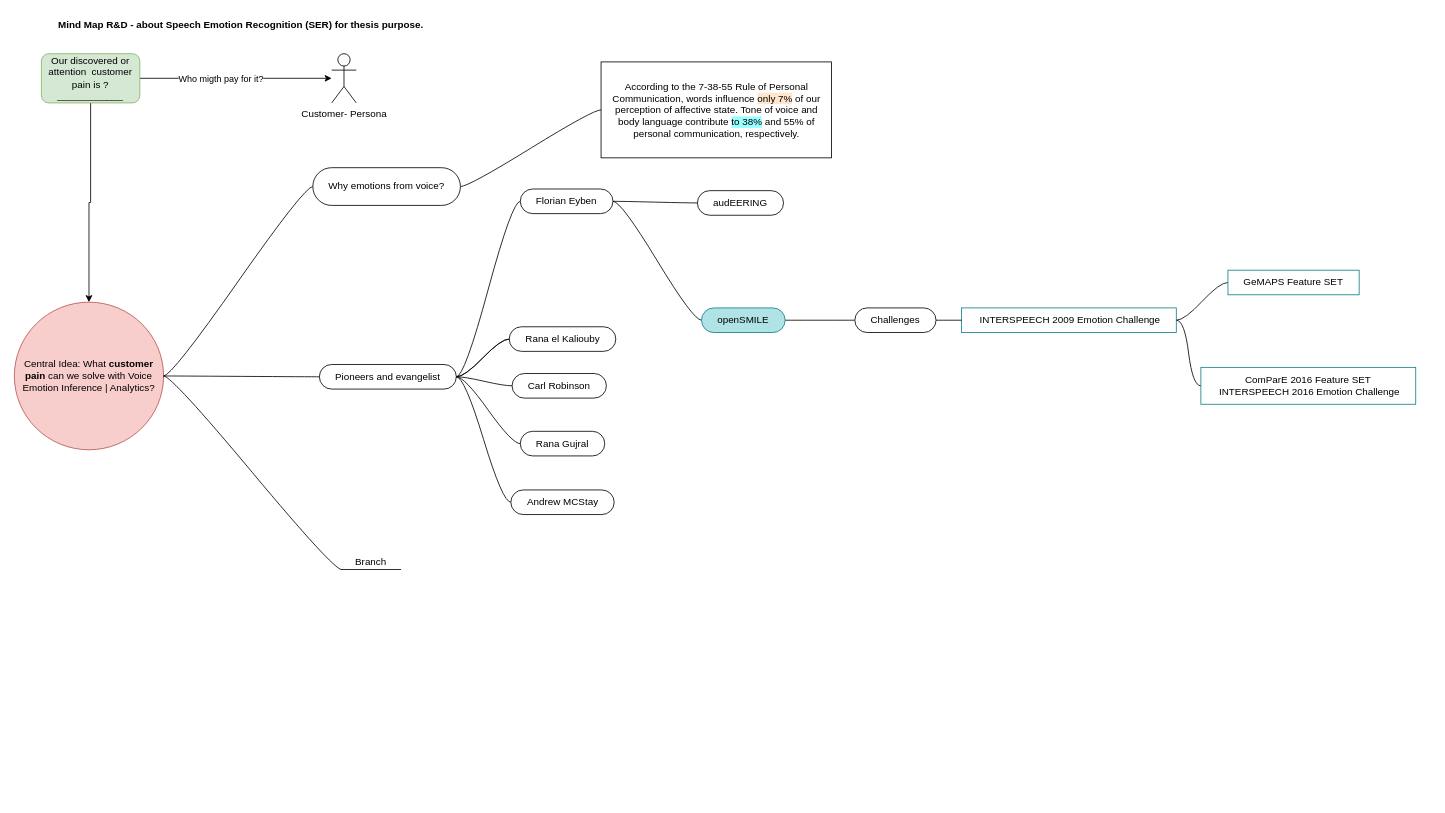
Before: SER-mind-map-ryd.drawio in beltrewilton/ser_research, a draw.io diagram. Source tidied: cells renumbered, new cells numbered last; positions are measured from the earlier drawing's top-left corner, leaving out a move shared by most shapes. Both pictures are drawn from the tidied source at 82%, with x=0, y=0 at pixel (14, 14). Pictures stored in the file or linked from it are replaced by grey dashed boxes.
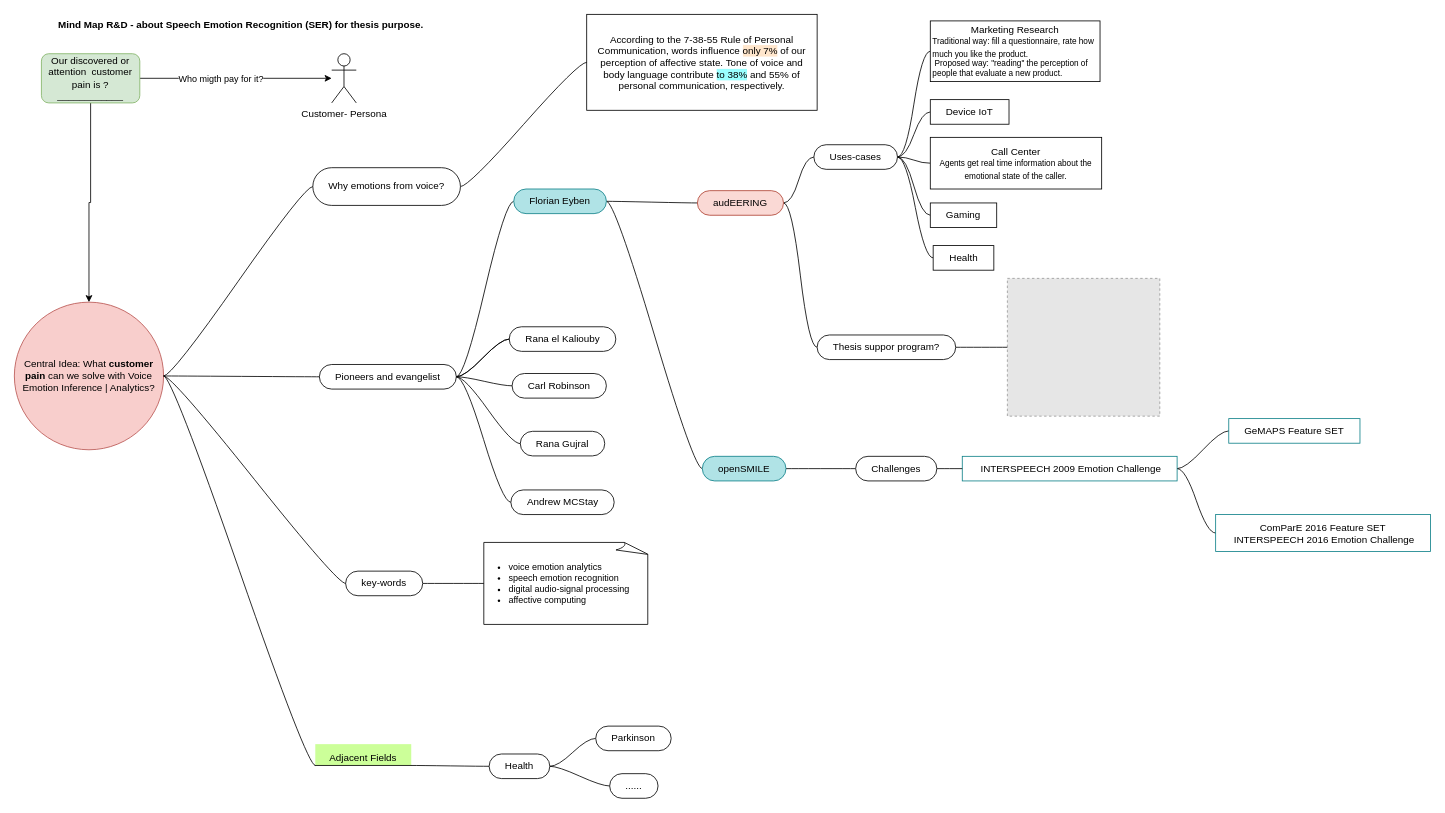
Above is the later version.

Unchanged cells that the change refers to:
```xml
<mxCell id="4" value="Central Idea: What &lt;b&gt;customer pain&lt;/b&gt; can we solve with Voice Emotion Inference | Analytics?" style="ellipse;whiteSpace=wrap;html=1;align=center;newEdgeStyle={&quot;edgeStyle&quot;:&quot;entityRelationEdgeStyle&quot;,&quot;startArrow&quot;:&quot;none&quot;,&quot;endArrow&quot;:&quot;none&quot;,&quot;segment&quot;:10,&quot;curved&quot;:1,&quot;sourcePerimeterSpacing&quot;:0,&quot;targetPerimeterSpacing&quot;:0};strokeColor=#b85450;fillColor=#f8cecc;" parent="3" vertex="1">
  <mxGeometry x="-50" y="159" width="182" height="180" as="geometry" />
</mxCell>
```

Change to the diagram source:
```diff
@@
     <mxCell id="2" value="According to the 7-38-55 Rule of Personal Communication, words influence &lt;span style=&quot;background-color: rgb(255, 230, 204);&quot;&gt;only 7%&lt;/span&gt; of our perception of affective state. Tone of voice and body language contribute &lt;span style=&quot;background-color: rgb(153, 255, 255);&quot;&gt;to 38%&lt;/span&gt; and 55% of personal communication, respectively." style="whiteSpace=wrap;html=1;rounded=0;arcSize=50;align=center;verticalAlign=middle;strokeWidth=1;spacing=4;newEdgeStyle={&quot;edgeStyle&quot;:&quot;entityRelationEdgeStyle&quot;,&quot;startArrow&quot;:&quot;none&quot;,&quot;endArrow&quot;:&quot;none&quot;,&quot;segment&quot;:10,&quot;curved&quot;:1,&quot;sourcePerimeterSpacing&quot;:0,&quot;targetPerimeterSpacing&quot;:0};strokeColor=default;fillColor=default;" parent="1" vertex="1" collapsed="1">
-      <mxGeometry x="715.5" y="58" width="281" height="117" as="geometry" />
+      <mxGeometry x="698" width="281" height="117" as="geometry" />
     </mxCell>
@@
-    <mxCell id="25" value="Florian Eyben" style="whiteSpace=wrap;html=1;rounded=1;arcSize=50;align=center;verticalAlign=middle;strokeWidth=1;spacing=4;newEdgeStyle={&quot;edgeStyle&quot;:&quot;entityRelationEdgeStyle&quot;,&quot;startArrow&quot;:&quot;none&quot;,&quot;endArrow&quot;:&quot;none&quot;,&quot;segment&quot;:10,&quot;curved&quot;:1,&quot;sourcePerimeterSpacing&quot;:0,&quot;targetPerimeterSpacing&quot;:0};strokeColor=default;fillColor=default;" parent="1" vertex="1">
-      <mxGeometry x="617" y="213" width="113" height="30" as="geometry" />
+    <mxCell id="25" value="Florian Eyben" style="whiteSpace=wrap;html=1;rounded=1;arcSize=50;align=center;verticalAlign=middle;strokeWidth=1;spacing=4;newEdgeStyle={&quot;edgeStyle&quot;:&quot;entityRelationEdgeStyle&quot;,&quot;startArrow&quot;:&quot;none&quot;,&quot;endArrow&quot;:&quot;none&quot;,&quot;segment&quot;:10,&quot;curved&quot;:1,&quot;sourcePerimeterSpacing&quot;:0,&quot;targetPerimeterSpacing&quot;:0};strokeColor=#0e8088;fillColor=#b0e3e6;" parent="1" vertex="1">
+      <mxGeometry x="609" y="213" width="113" height="30" as="geometry" />
     </mxCell>
@@
+    <mxCell id="41" style="edgeStyle=entityRelationEdgeStyle;rounded=0;jettySize=auto;html=1;startArrow=none;endArrow=none;segment=10;curved=1;sourcePerimeterSpacing=0;targetPerimeterSpacing=0;entryX=0;entryY=0.5;entryDx=0;entryDy=0;" parent="1" edge="1" source="29" target="50">
+      <mxGeometry relative="1" as="geometry" />
+    </mxCell>
-    <mxCell id="29" value="Branch" style="whiteSpace=wrap;html=1;shape=partialRectangle;top=0;left=0;bottom=1;right=0;points=[[0,1],[1,1]];fillColor=none;align=center;verticalAlign=bottom;routingCenterY=0.5;snapToPoint=1;newEdgeStyle={&quot;edgeStyle&quot;:&quot;entityRelationEdgeStyle&quot;,&quot;startArrow&quot;:&quot;none&quot;,&quot;endArrow&quot;:&quot;none&quot;,&quot;segment&quot;:10,&quot;curved&quot;:1,&quot;sourcePerimeterSpacing&quot;:0,&quot;targetPerimeterSpacing&quot;:0};strokeColor=default;" parent="1" vertex="1">
-      <mxGeometry x="399" y="651" width="72" height="26" as="geometry" />
+    <mxCell id="29" value="Adjacent Fields" style="whiteSpace=wrap;html=1;shape=partialRectangle;top=0;left=0;bottom=1;right=0;points=[[0,1],[1,1]];fillColor=#CCFF99;align=center;verticalAlign=bottom;routingCenterY=0.5;snapToPoint=1;newEdgeStyle={&quot;edgeStyle&quot;:&quot;entityRelationEdgeStyle&quot;,&quot;startArrow&quot;:&quot;none&quot;,&quot;endArrow&quot;:&quot;none&quot;,&quot;segment&quot;:10,&quot;curved&quot;:1,&quot;sourcePerimeterSpacing&quot;:0,&quot;targetPerimeterSpacing&quot;:0};strokeColor=default;" parent="1" vertex="1">
+      <mxGeometry x="367" y="890" width="117" height="26" as="geometry" />
     </mxCell>
@@
     <mxCell id="32" value="openSMILE" style="whiteSpace=wrap;html=1;rounded=1;arcSize=50;align=center;verticalAlign=middle;strokeWidth=1;spacing=4;newEdgeStyle={&quot;edgeStyle&quot;:&quot;entityRelationEdgeStyle&quot;,&quot;startArrow&quot;:&quot;none&quot;,&quot;endArrow&quot;:&quot;none&quot;,&quot;segment&quot;:10,&quot;curved&quot;:1,&quot;sourcePerimeterSpacing&quot;:0,&quot;targetPerimeterSpacing&quot;:0};strokeColor=#0e8088;fillColor=#b0e3e6;" parent="1" vertex="1">
-      <mxGeometry x="838" y="358" width="102" height="30" as="geometry" />
+      <mxGeometry x="839" y="539" width="102" height="30" as="geometry" />
     </mxCell>
+    <mxCell id="42" style="edgeStyle=entityRelationEdgeStyle;rounded=0;jettySize=auto;html=1;startArrow=none;endArrow=none;segment=10;curved=1;sourcePerimeterSpacing=0;targetPerimeterSpacing=0;entryX=0;entryY=0.5;entryDx=0;entryDy=0;fontSize=10;" parent="1" edge="1" source="33" target="58">
+      <mxGeometry relative="1" as="geometry" />
+    </mxCell>
+    <mxCell id="43" style="edgeStyle=entityRelationEdgeStyle;rounded=0;jettySize=auto;html=1;startArrow=none;endArrow=none;segment=10;curved=1;sourcePerimeterSpacing=0;targetPerimeterSpacing=0;entryX=0;entryY=0.5;entryDx=0;entryDy=0;fontSize=10;" parent="1" edge="1" source="33" target="66">
+      <mxGeometry relative="1" as="geometry" />
+    </mxCell>
-    <mxCell id="33" value="audEERING" style="whiteSpace=wrap;html=1;rounded=1;arcSize=50;align=center;verticalAlign=middle;strokeWidth=1;spacing=4;newEdgeStyle={&quot;edgeStyle&quot;:&quot;entityRelationEdgeStyle&quot;,&quot;startArrow&quot;:&quot;none&quot;,&quot;endArrow&quot;:&quot;none&quot;,&quot;segment&quot;:10,&quot;curved&quot;:1,&quot;sourcePerimeterSpacing&quot;:0,&quot;targetPerimeterSpacing&quot;:0};strokeColor=default;fillColor=default;" parent="1" vertex="1">
+    <mxCell id="33" value="audEERING" style="whiteSpace=wrap;html=1;rounded=1;arcSize=50;align=center;verticalAlign=middle;strokeWidth=1;spacing=4;newEdgeStyle={&quot;edgeStyle&quot;:&quot;entityRelationEdgeStyle&quot;,&quot;startArrow&quot;:&quot;none&quot;,&quot;endArrow&quot;:&quot;none&quot;,&quot;segment&quot;:10,&quot;curved&quot;:1,&quot;sourcePerimeterSpacing&quot;:0,&quot;targetPerimeterSpacing&quot;:0};strokeColor=#ae4132;fillColor=#fad9d5;" parent="1" vertex="1">
       <mxGeometry x="833" y="215" width="105" height="30" as="geometry" />
     </mxCell>
@@
     <mxCell id="36" value="&amp;nbsp;INTERSPEECH 2009 Emotion Challenge" style="whiteSpace=wrap;html=1;rounded=0;arcSize=50;align=center;verticalAlign=middle;strokeWidth=1;spacing=4;newEdgeStyle={&quot;edgeStyle&quot;:&quot;entityRelationEdgeStyle&quot;,&quot;startArrow&quot;:&quot;none&quot;,&quot;endArrow&quot;:&quot;none&quot;,&quot;segment&quot;:10,&quot;curved&quot;:1,&quot;sourcePerimeterSpacing&quot;:0,&quot;targetPerimeterSpacing&quot;:0};strokeColor=#0e8088;fillColor=none;" parent="1" vertex="1">
-      <mxGeometry x="1155" y="358" width="262" height="30" as="geometry" />
+      <mxGeometry x="1156" y="539" width="262" height="30" as="geometry" />
     </mxCell>
     <mxCell id="37" value="GeMAPS Feature SET" style="whiteSpace=wrap;html=1;rounded=0;arcSize=50;align=center;verticalAlign=middle;strokeWidth=1;spacing=4;newEdgeStyle={&quot;edgeStyle&quot;:&quot;entityRelationEdgeStyle&quot;,&quot;startArrow&quot;:&quot;none&quot;,&quot;endArrow&quot;:&quot;none&quot;,&quot;segment&quot;:10,&quot;curved&quot;:1,&quot;sourcePerimeterSpacing&quot;:0,&quot;targetPerimeterSpacing&quot;:0};strokeColor=#0e8088;fillColor=none;" parent="1" vertex="1">
-      <mxGeometry x="1480" y="312" width="160" height="30" as="geometry" />
+      <mxGeometry x="1481" y="493" width="160" height="30" as="geometry" />
     </mxCell>
     <mxCell id="38" value="ComParE 2016 Feature SET&lt;br&gt;&amp;nbsp;INTERSPEECH 2016 Emotion Challenge" style="whiteSpace=wrap;html=1;rounded=0;arcSize=50;align=center;verticalAlign=middle;strokeWidth=1;spacing=4;newEdgeStyle={&quot;edgeStyle&quot;:&quot;entityRelationEdgeStyle&quot;,&quot;startArrow&quot;:&quot;none&quot;,&quot;endArrow&quot;:&quot;none&quot;,&quot;segment&quot;:10,&quot;curved&quot;:1,&quot;sourcePerimeterSpacing&quot;:0,&quot;targetPerimeterSpacing&quot;:0};strokeColor=#0e8088;fillColor=none;" parent="1" vertex="1">
-      <mxGeometry x="1447" y="430.5" width="262" height="45" as="geometry" />
+      <mxGeometry x="1465" y="610" width="262" height="45" as="geometry" />
     </mxCell>
@@
     <mxCell id="40" value="Challenges" style="whiteSpace=wrap;html=1;rounded=1;arcSize=50;align=center;verticalAlign=middle;strokeWidth=1;spacing=4;newEdgeStyle={&quot;edgeStyle&quot;:&quot;entityRelationEdgeStyle&quot;,&quot;startArrow&quot;:&quot;none&quot;,&quot;endArrow&quot;:&quot;none&quot;,&quot;segment&quot;:10,&quot;curved&quot;:1,&quot;sourcePerimeterSpacing&quot;:0,&quot;targetPerimeterSpacing&quot;:0};strokeColor=default;fillColor=default;" parent="1" vertex="1">
-      <mxGeometry x="1025" y="358" width="99" height="30" as="geometry" />
+      <mxGeometry x="1026" y="539" width="99" height="30" as="geometry" />
     </mxCell>
+    <mxCell id="44" style="edgeStyle=entityRelationEdgeStyle;rounded=0;jettySize=auto;html=1;startArrow=none;endArrow=none;segment=10;curved=1;sourcePerimeterSpacing=0;targetPerimeterSpacing=0;exitX=1;exitY=0.5;exitDx=0;exitDy=0;entryX=0;entryY=0.5;entryDx=0;entryDy=0;entryPerimeter=0;fontSize=11;" parent="1" edge="1" source="45" target="47">
+      <mxGeometry relative="1" as="geometry" />
+    </mxCell>
+    <mxCell id="45" value="key-words" style="whiteSpace=wrap;html=1;rounded=1;arcSize=50;align=center;verticalAlign=middle;strokeWidth=1;spacing=4;newEdgeStyle={&quot;edgeStyle&quot;:&quot;entityRelationEdgeStyle&quot;,&quot;startArrow&quot;:&quot;none&quot;,&quot;endArrow&quot;:&quot;none&quot;,&quot;segment&quot;:10,&quot;curved&quot;:1,&quot;sourcePerimeterSpacing&quot;:0,&quot;targetPerimeterSpacing&quot;:0};strokeColor=default;fillColor=default;" parent="1" vertex="1">
+      <mxGeometry x="404" y="679" width="94" height="30" as="geometry" />
+    </mxCell>
+    <mxCell id="46" style="edgeStyle=entityRelationEdgeStyle;rounded=0;jettySize=auto;html=1;startArrow=none;endArrow=none;segment=10;curved=1;sourcePerimeterSpacing=0;targetPerimeterSpacing=0;" parent="1" edge="1" source="4" target="45">
+      <mxGeometry relative="1" as="geometry" />
+    </mxCell>
+    <mxCell id="47" value="&lt;ul style=&quot;font-size: 11px;&quot;&gt;&lt;li style=&quot;font-size: 11px;&quot;&gt;voice emotion analytics&lt;/li&gt;&lt;li style=&quot;font-size: 11px;&quot;&gt;speech emotion recognition&lt;/li&gt;&lt;li style=&quot;font-size: 11px;&quot;&gt;digital audio-signal processing&lt;/li&gt;&lt;li style=&quot;font-size: 11px;&quot;&gt;affective computing&lt;/li&gt;&lt;/ul&gt;" style="whiteSpace=wrap;html=1;shape=mxgraph.basic.document;rounded=0;fillStyle=auto;fillColor=none;align=left;fontSize=11;horizontal=1;spacing=-10;verticalAlign=middle;" parent="1" vertex="1">
+      <mxGeometry x="572.5" y="644" width="202" height="100" as="geometry" />
+    </mxCell>
+    <mxCell id="48" style="edgeStyle=entityRelationEdgeStyle;rounded=0;jettySize=auto;html=1;startArrow=none;endArrow=none;segment=10;curved=1;sourcePerimeterSpacing=0;targetPerimeterSpacing=0;entryX=0;entryY=0.5;entryDx=0;entryDy=0;fontSize=11;" parent="1" edge="1" source="50" target="51">
+      <mxGeometry relative="1" as="geometry" />
+    </mxCell>
+    <mxCell id="49" style="edgeStyle=entityRelationEdgeStyle;rounded=0;jettySize=auto;html=1;startArrow=none;endArrow=none;segment=10;curved=1;sourcePerimeterSpacing=0;targetPerimeterSpacing=0;fontSize=11;" parent="1" edge="1" source="50" target="52">
+      <mxGeometry relative="1" as="geometry" />
+    </mxCell>
+    <mxCell id="50" value="Health" style="whiteSpace=wrap;html=1;rounded=1;arcSize=50;align=center;verticalAlign=middle;strokeWidth=1;spacing=4;newEdgeStyle={&quot;edgeStyle&quot;:&quot;entityRelationEdgeStyle&quot;,&quot;startArrow&quot;:&quot;none&quot;,&quot;endArrow&quot;:&quot;none&quot;,&quot;segment&quot;:10,&quot;curved&quot;:1,&quot;sourcePerimeterSpacing&quot;:0,&quot;targetPerimeterSpacing&quot;:0};strokeColor=default;fillColor=default;" parent="1" vertex="1">
+      <mxGeometry x="579" y="902" width="74" height="30" as="geometry" />
+    </mxCell>
+    <mxCell id="51" value="Parkinson" style="whiteSpace=wrap;html=1;rounded=1;arcSize=50;align=center;verticalAlign=middle;strokeWidth=1;spacing=4;newEdgeStyle={&quot;edgeStyle&quot;:&quot;entityRelationEdgeStyle&quot;,&quot;startArrow&quot;:&quot;none&quot;,&quot;endArrow&quot;:&quot;none&quot;,&quot;segment&quot;:10,&quot;curved&quot;:1,&quot;sourcePerimeterSpacing&quot;:0,&quot;targetPerimeterSpacing&quot;:0};strokeColor=default;fillColor=default;" parent="1" vertex="1">
+      <mxGeometry x="709" y="868" width="92" height="30" as="geometry" />
+    </mxCell>
+    <mxCell id="52" value="......" style="whiteSpace=wrap;html=1;rounded=1;arcSize=50;align=center;verticalAlign=middle;strokeWidth=1;spacing=4;newEdgeStyle={&quot;edgeStyle&quot;:&quot;entityRelationEdgeStyle&quot;,&quot;startArrow&quot;:&quot;none&quot;,&quot;endArrow&quot;:&quot;none&quot;,&quot;segment&quot;:10,&quot;curved&quot;:1,&quot;sourcePerimeterSpacing&quot;:0,&quot;targetPerimeterSpacing&quot;:0};strokeColor=default;fillColor=default;" parent="1" vertex="1">
+      <mxGeometry x="726" y="926" width="59" height="30" as="geometry" />
+    </mxCell>
+    <mxCell id="53" style="edgeStyle=entityRelationEdgeStyle;rounded=0;jettySize=auto;html=1;startArrow=none;endArrow=none;segment=10;curved=1;sourcePerimeterSpacing=0;targetPerimeterSpacing=0;entryX=0;entryY=0.5;entryDx=0;entryDy=0;fontSize=10;" parent="1" edge="1" source="58" target="59">
+      <mxGeometry relative="1" as="geometry" />
+    </mxCell>
+    <mxCell id="54" style="edgeStyle=entityRelationEdgeStyle;rounded=0;jettySize=auto;html=1;startArrow=none;endArrow=none;segment=10;curved=1;sourcePerimeterSpacing=0;targetPerimeterSpacing=0;entryX=0;entryY=0.5;entryDx=0;entryDy=0;fontSize=10;" parent="1" edge="1" source="58" target="60">
+      <mxGeometry relative="1" as="geometry" />
+    </mxCell>
+    <mxCell id="55" style="edgeStyle=entityRelationEdgeStyle;rounded=0;jettySize=auto;html=1;startArrow=none;endArrow=none;segment=10;curved=1;sourcePerimeterSpacing=0;targetPerimeterSpacing=0;fontSize=10;" parent="1" edge="1" source="58" target="61">
+      <mxGeometry relative="1" as="geometry" />
+    </mxCell>
+    <mxCell id="56" style="edgeStyle=entityRelationEdgeStyle;rounded=0;jettySize=auto;html=1;startArrow=none;endArrow=none;segment=10;curved=1;sourcePerimeterSpacing=0;targetPerimeterSpacing=0;entryX=0;entryY=0.5;entryDx=0;entryDy=0;fontSize=10;" parent="1" edge="1" source="58" target="62">
+      <mxGeometry relative="1" as="geometry" />
+    </mxCell>
+    <mxCell id="57" style="edgeStyle=entityRelationEdgeStyle;rounded=0;jettySize=auto;html=1;startArrow=none;endArrow=none;segment=10;curved=1;sourcePerimeterSpacing=0;targetPerimeterSpacing=0;entryX=0;entryY=0.5;entryDx=0;entryDy=0;fontSize=10;" parent="1" edge="1" source="58" target="63">
+      <mxGeometry relative="1" as="geometry" />
+    </mxCell>
+    <mxCell id="58" value="Uses-cases" style="whiteSpace=wrap;html=1;rounded=1;arcSize=50;align=center;verticalAlign=middle;strokeWidth=1;spacing=4;newEdgeStyle={&quot;edgeStyle&quot;:&quot;entityRelationEdgeStyle&quot;,&quot;startArrow&quot;:&quot;none&quot;,&quot;endArrow&quot;:&quot;none&quot;,&quot;segment&quot;:10,&quot;curved&quot;:1,&quot;sourcePerimeterSpacing&quot;:0,&quot;targetPerimeterSpacing&quot;:0};strokeColor=default;fillColor=default;" parent="1" vertex="1">
+      <mxGeometry x="975" y="159" width="102" height="30" as="geometry" />
+    </mxCell>
+    <mxCell id="59" value="Marketing Research&lt;br&gt;&lt;div style=&quot;text-align: left;&quot;&gt;&lt;span style=&quot;background-color: initial; font-size: 10px;&quot;&gt;Traditional way: fill a questionnaire, rate how much you like the product.&lt;/span&gt;&lt;/div&gt;&lt;span style=&quot;font-size: 10px; background-color: initial;&quot;&gt;&lt;div style=&quot;text-align: left;&quot;&gt;&lt;span style=&quot;background-color: initial;&quot;&gt;&amp;nbsp;Proposed way: &quot;reading&quot; the perception of people that evaluate a new product.&lt;/span&gt;&lt;/div&gt;&lt;/span&gt;" style="whiteSpace=wrap;html=1;rounded=0;arcSize=50;align=center;verticalAlign=middle;strokeWidth=1;spacing=4;newEdgeStyle={&quot;edgeStyle&quot;:&quot;entityRelationEdgeStyle&quot;,&quot;startArrow&quot;:&quot;none&quot;,&quot;endArrow&quot;:&quot;none&quot;,&quot;segment&quot;:10,&quot;curved&quot;:1,&quot;sourcePerimeterSpacing&quot;:0,&quot;targetPerimeterSpacing&quot;:0};strokeColor=default;fillColor=default;glass=0;shadow=0;" parent="1" vertex="1">
+      <mxGeometry x="1117" y="8" width="207" height="74" as="geometry" />
+    </mxCell>
+    <mxCell id="60" value="Device IoT" style="whiteSpace=wrap;html=1;rounded=0;arcSize=50;align=center;verticalAlign=middle;strokeWidth=1;spacing=4;newEdgeStyle={&quot;edgeStyle&quot;:&quot;entityRelationEdgeStyle&quot;,&quot;startArrow&quot;:&quot;none&quot;,&quot;endArrow&quot;:&quot;none&quot;,&quot;segment&quot;:10,&quot;curved&quot;:1,&quot;sourcePerimeterSpacing&quot;:0,&quot;targetPerimeterSpacing&quot;:0};strokeColor=default;fillColor=default;glass=0;shadow=0;" parent="1" vertex="1">
+      <mxGeometry x="1117" y="104" width="96" height="30" as="geometry" />
+    </mxCell>
+    <mxCell id="61" value="Call Center&lt;br&gt;&lt;font style=&quot;font-size: 10px;&quot;&gt;Agents get real time information about the emotional state of the caller.&lt;/font&gt;" style="whiteSpace=wrap;html=1;rounded=0;arcSize=50;align=center;verticalAlign=middle;strokeWidth=1;spacing=4;newEdgeStyle={&quot;edgeStyle&quot;:&quot;entityRelationEdgeStyle&quot;,&quot;startArrow&quot;:&quot;none&quot;,&quot;endArrow&quot;:&quot;none&quot;,&quot;segment&quot;:10,&quot;curved&quot;:1,&quot;sourcePerimeterSpacing&quot;:0,&quot;targetPerimeterSpacing&quot;:0};strokeColor=default;fillColor=default;glass=0;shadow=0;" parent="1" vertex="1">
+      <mxGeometry x="1117" y="150" width="209" height="63" as="geometry" />
+    </mxCell>
+    <mxCell id="62" value="Gaming" style="whiteSpace=wrap;html=1;rounded=0;arcSize=50;align=center;verticalAlign=middle;strokeWidth=1;spacing=4;newEdgeStyle={&quot;edgeStyle&quot;:&quot;entityRelationEdgeStyle&quot;,&quot;startArrow&quot;:&quot;none&quot;,&quot;endArrow&quot;:&quot;none&quot;,&quot;segment&quot;:10,&quot;curved&quot;:1,&quot;sourcePerimeterSpacing&quot;:0,&quot;targetPerimeterSpacing&quot;:0};strokeColor=default;fillColor=default;glass=0;shadow=0;" parent="1" vertex="1">
+      <mxGeometry x="1117" y="230" width="81" height="30" as="geometry" />
+    </mxCell>
+    <mxCell id="63" value="Health" style="whiteSpace=wrap;html=1;rounded=0;arcSize=50;align=center;verticalAlign=middle;strokeWidth=1;spacing=4;newEdgeStyle={&quot;edgeStyle&quot;:&quot;entityRelationEdgeStyle&quot;,&quot;startArrow&quot;:&quot;none&quot;,&quot;endArrow&quot;:&quot;none&quot;,&quot;segment&quot;:10,&quot;curved&quot;:1,&quot;sourcePerimeterSpacing&quot;:0,&quot;targetPerimeterSpacing&quot;:0};strokeColor=default;fillColor=default;glass=0;shadow=0;" parent="1" vertex="1">
+      <mxGeometry x="1120.5" y="282" width="74" height="30" as="geometry" />
+    </mxCell>
+    <mxCell id="64" style="fillColor=#E6E6E6;strokeColor=#999999;dashed=1;verticalLabelPosition=bottom;labelBackgroundColor=default;verticalAlign=top;" parent="1" vertex="1">
+      <mxGeometry x="1211" y="322" width="185.9" height="168" as="geometry" />
+    </mxCell>
+    <mxCell id="65" style="edgeStyle=entityRelationEdgeStyle;rounded=0;jettySize=auto;html=1;startArrow=none;endArrow=none;segment=10;curved=1;sourcePerimeterSpacing=0;targetPerimeterSpacing=0;fontSize=10;" parent="1" edge="1" source="66" target="64">
+      <mxGeometry relative="1" as="geometry" />
+    </mxCell>
+    <mxCell id="66" value="Thesis suppor program?" style="whiteSpace=wrap;html=1;rounded=1;arcSize=50;align=center;verticalAlign=middle;strokeWidth=1;spacing=4;newEdgeStyle={&quot;edgeStyle&quot;:&quot;entityRelationEdgeStyle&quot;,&quot;startArrow&quot;:&quot;none&quot;,&quot;endArrow&quot;:&quot;none&quot;,&quot;segment&quot;:10,&quot;curved&quot;:1,&quot;sourcePerimeterSpacing&quot;:0,&quot;targetPerimeterSpacing&quot;:0};strokeColor=default;fillColor=default;" parent="1" vertex="1">
+      <mxGeometry x="979" y="391" width="169" height="30" as="geometry" />
+    </mxCell>
```
